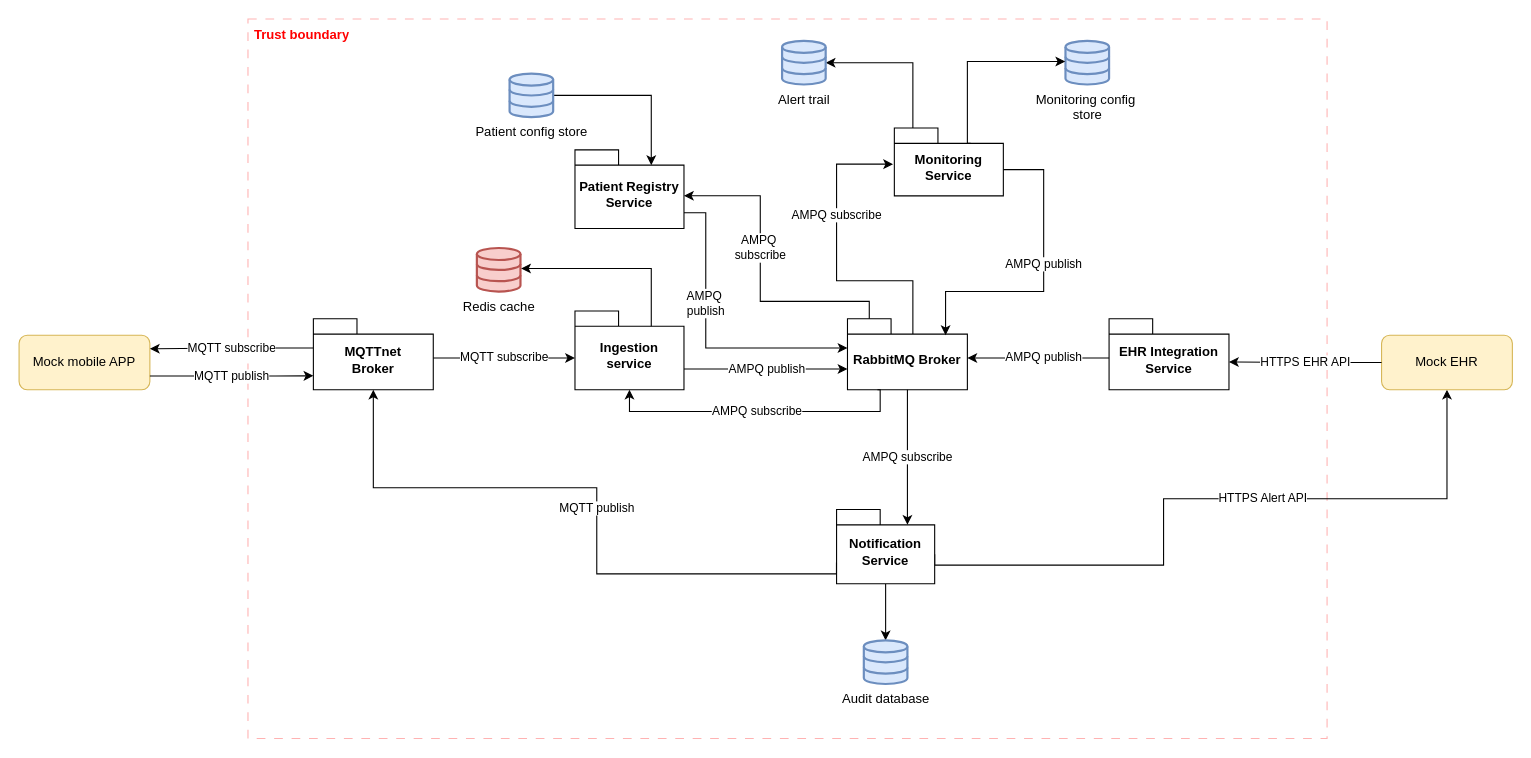
AlbertPerezB/CagHome keeps this draw.io diagram as docs/CC view.drawio. Above is the earlier version. Source tidied: cells renumbered, new cells numbered last; positions are measured from the earlier drawing's top-left corner, leaving out a move shared by most shapes. Both pictures are drawn from the tidied source at 109%, with x=0, y=0 at pixel (19, 19).
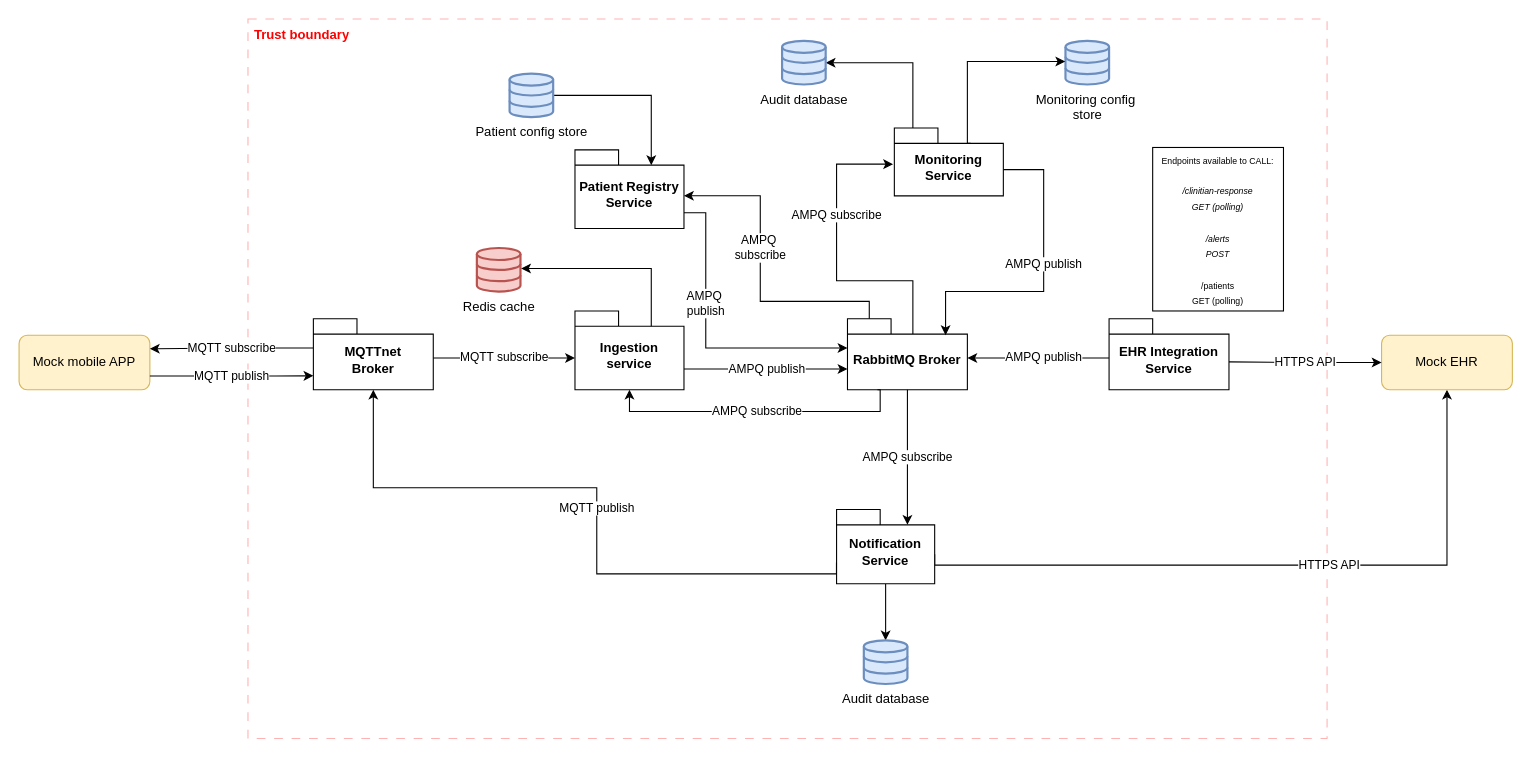
The same page after the edit.

The change refers to these unchanged cells:
```xml
<mxCell id="6" value="Notification Service" style="shape=folder;fontStyle=1;spacingTop=10;tabWidth=40;tabHeight=14;tabPosition=left;html=1;whiteSpace=wrap;" parent="1" vertex="1">
  <mxGeometry x="750" y="450" width="90" height="68.1" as="geometry" />
</mxCell>
<mxCell id="16" value="Mock EHR" style="rounded=1;whiteSpace=wrap;html=1;fillColor=#fff2cc;strokeColor=#d6b656;" parent="1" vertex="1">
  <mxGeometry x="1250" y="290" width="120" height="50" as="geometry" />
</mxCell>
<mxCell id="20" value="EHR Integration Service" style="shape=folder;fontStyle=1;spacingTop=10;tabWidth=40;tabHeight=14;tabPosition=left;html=1;whiteSpace=wrap;" parent="1" vertex="1">
  <mxGeometry x="1000" y="275" width="110" height="65" as="geometry" />
</mxCell>
```

The edit, as a diff of the source:
```diff
@@
-    <mxCell id="4" value="HTTPS Alert API" style="edgeStyle=orthogonalEdgeStyle;rounded=0;jettySize=auto;html=1;entryX=0.5;entryY=1;entryDx=0;entryDy=0;exitX=0;exitY=0;exitDx=90;exitDy=41.035;exitPerimeter=0;" parent="1" edge="1" source="6" target="16">
+    <mxCell id="4" value="HTTPS API" style="edgeStyle=orthogonalEdgeStyle;rounded=0;jettySize=auto;html=1;entryX=0.5;entryY=1;entryDx=0;entryDy=0;exitX=0;exitY=0;exitDx=90;exitDy=41.035;exitPerimeter=0;" parent="1" edge="1" source="6" target="16">
       <mxGeometry x="0.16" relative="1" as="geometry">
         <Array as="points">
-          <mxPoint x="1050" y="501" />
-          <mxPoint x="1050" y="440" />
-          <mxPoint x="1310" y="440" />
+          <mxPoint x="840" y="501" />
+          <mxPoint x="1310" y="501" />
         </Array>
       </mxGeometry>
     </mxCell>
@@
-    <mxCell id="21" value="HTTPS EHR API" style="edgeStyle=orthogonalEdgeStyle;rounded=0;jettySize=auto;html=1;entryX=0;entryY=0;entryDx=110;entryDy=39.5;entryPerimeter=0;exitX=0;exitY=0.5;exitDx=0;exitDy=0;" parent="1" edge="1" source="16" target="20">
+    <mxCell id="21" value="HTTPS API" style="edgeStyle=orthogonalEdgeStyle;rounded=0;jettySize=auto;html=1;entryX=0;entryY=0;entryDx=110;entryDy=39.5;entryPerimeter=0;exitX=0;exitY=0.5;exitDx=0;exitDy=0;startArrow=classic;startFill=1;endArrow=none;endFill=0;" parent="1" edge="1" source="16" target="20">
       <mxGeometry relative="1" as="geometry" />
     </mxCell>
@@
-    <mxCell id="36" value="Alert trail" style="html=1;verticalLabelPosition=bottom;align=center;labelBackgroundColor=#ffffff;verticalAlign=top;strokeWidth=2;strokeColor=#6c8ebf;shadow=0;dashed=0;shape=mxgraph.ios7.icons.data;fillColor=#dae8fc;" parent="1" vertex="1">
+    <mxCell id="36" value="Audit database" style="html=1;verticalLabelPosition=bottom;align=center;labelBackgroundColor=#ffffff;verticalAlign=top;strokeWidth=2;strokeColor=#6c8ebf;shadow=0;dashed=0;shape=mxgraph.ios7.icons.data;fillColor=#dae8fc;" parent="1" vertex="1">
       <mxGeometry x="700" y="20" width="40" height="40" as="geometry" />
     </mxCell>
+    <mxCell id="37" value="&lt;div&gt;&lt;span style=&quot;color: light-dark(rgb(0, 0, 0), rgb(255, 255, 255)); background-color: light-dark(#ffffff, var(--ge-dark-color, #121212));&quot;&gt;&lt;font style=&quot;font-size: 8px;&quot;&gt;Endpoints available to CALL:&lt;/font&gt;&lt;/span&gt;&lt;/div&gt;&lt;div&gt;&lt;span style=&quot;color: light-dark(rgb(0, 0, 0), rgb(255, 255, 255)); background-color: light-dark(#ffffff, var(--ge-dark-color, #121212));&quot;&gt;&lt;i&gt;&lt;font style=&quot;font-size: 8px;&quot;&gt;&lt;br&gt;&lt;/font&gt;&lt;/i&gt;&lt;/span&gt;&lt;/div&gt;&lt;div&gt;&lt;span style=&quot;background-color: light-dark(#ffffff, var(--ge-dark-color, #121212));&quot;&gt;&lt;i&gt;&lt;font style=&quot;font-size: 8px;&quot;&gt;/clinitian-response&lt;/font&gt;&lt;/i&gt;&lt;/span&gt;&lt;div&gt;&lt;span style=&quot;background-color: light-dark(#ffffff, var(--ge-dark-color, #121212));&quot;&gt;&lt;i&gt;&lt;font style=&quot;font-size: 8px;&quot;&gt;GET (polling)&lt;/font&gt;&lt;/i&gt;&lt;/span&gt;&lt;/div&gt;&lt;div&gt;&lt;span style=&quot;background-color: light-dark(#ffffff, var(--ge-dark-color, #121212));&quot;&gt;&lt;i&gt;&lt;font style=&quot;font-size: 8px;&quot;&gt;&lt;br&gt;&lt;/font&gt;&lt;/i&gt;&lt;/span&gt;&lt;/div&gt;&lt;div&gt;&lt;span style=&quot;background-color: light-dark(#ffffff, var(--ge-dark-color, #121212));&quot;&gt;&lt;i&gt;&lt;font style=&quot;font-size: 8px;&quot;&gt;/alerts&lt;/font&gt;&lt;/i&gt;&lt;/span&gt;&lt;/div&gt;&lt;div&gt;&lt;span style=&quot;background-color: light-dark(#ffffff, var(--ge-dark-color, #121212));&quot;&gt;&lt;i&gt;&lt;font style=&quot;font-size: 8px;&quot;&gt;POST&lt;/font&gt;&lt;/i&gt;&lt;/span&gt;&lt;/div&gt;&lt;/div&gt;&lt;div&gt;&lt;span style=&quot;background-color: light-dark(#ffffff, var(--ge-dark-color, #121212));&quot;&gt;&lt;i&gt;&lt;font style=&quot;font-size: 8px;&quot;&gt;&lt;br&gt;&lt;/font&gt;&lt;/i&gt;&lt;/span&gt;&lt;/div&gt;&lt;div&gt;&lt;div style=&quot;color: rgb(0, 0, 0);&quot;&gt;&lt;span style=&quot;background-color: rgb(255, 255, 255);&quot;&gt;&lt;font style=&quot;font-size: 8px;&quot;&gt;/patients&lt;/font&gt;&lt;/span&gt;&lt;/div&gt;&lt;div style=&quot;color: rgb(0, 0, 0);&quot;&gt;&lt;span&gt;&lt;font style=&quot;font-size: 8px;&quot;&gt;GET (polling)&lt;/font&gt;&lt;/span&gt;&lt;/div&gt;&lt;/div&gt;" style="text;html=1;whiteSpace=wrap;strokeColor=default;fillColor=none;align=center;verticalAlign=middle;rounded=0;" parent="1" vertex="1">
+      <mxGeometry x="1040" y="117.8" width="120" height="150" as="geometry" />
+    </mxCell>
```
